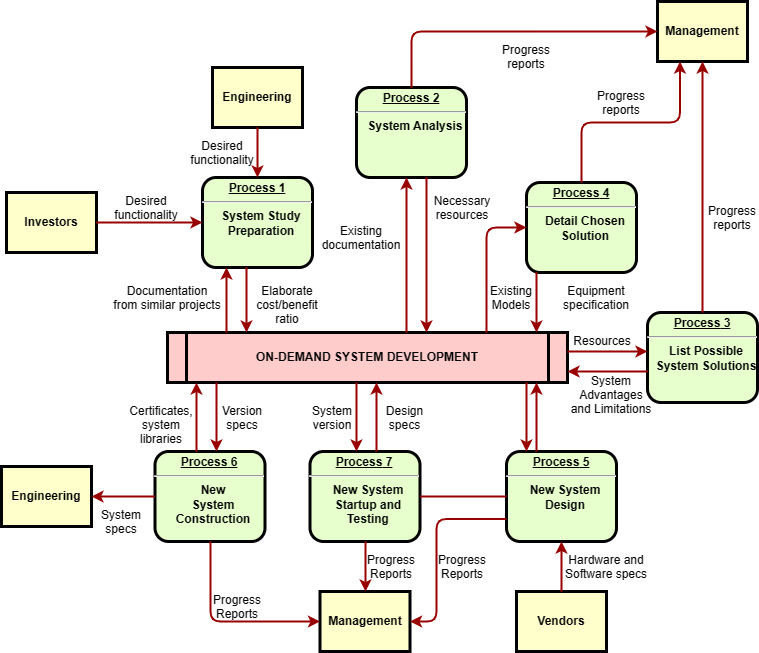
KAZAMA-DREAM/picture keeps this draw.io diagram as 机器人总体流程.drawio.png. Above is the earlier version. Source tidied: cells renumbered, new cells last; positions are measured from the earlier drawing's top-left corner, leaving out a move shared by most shapes.
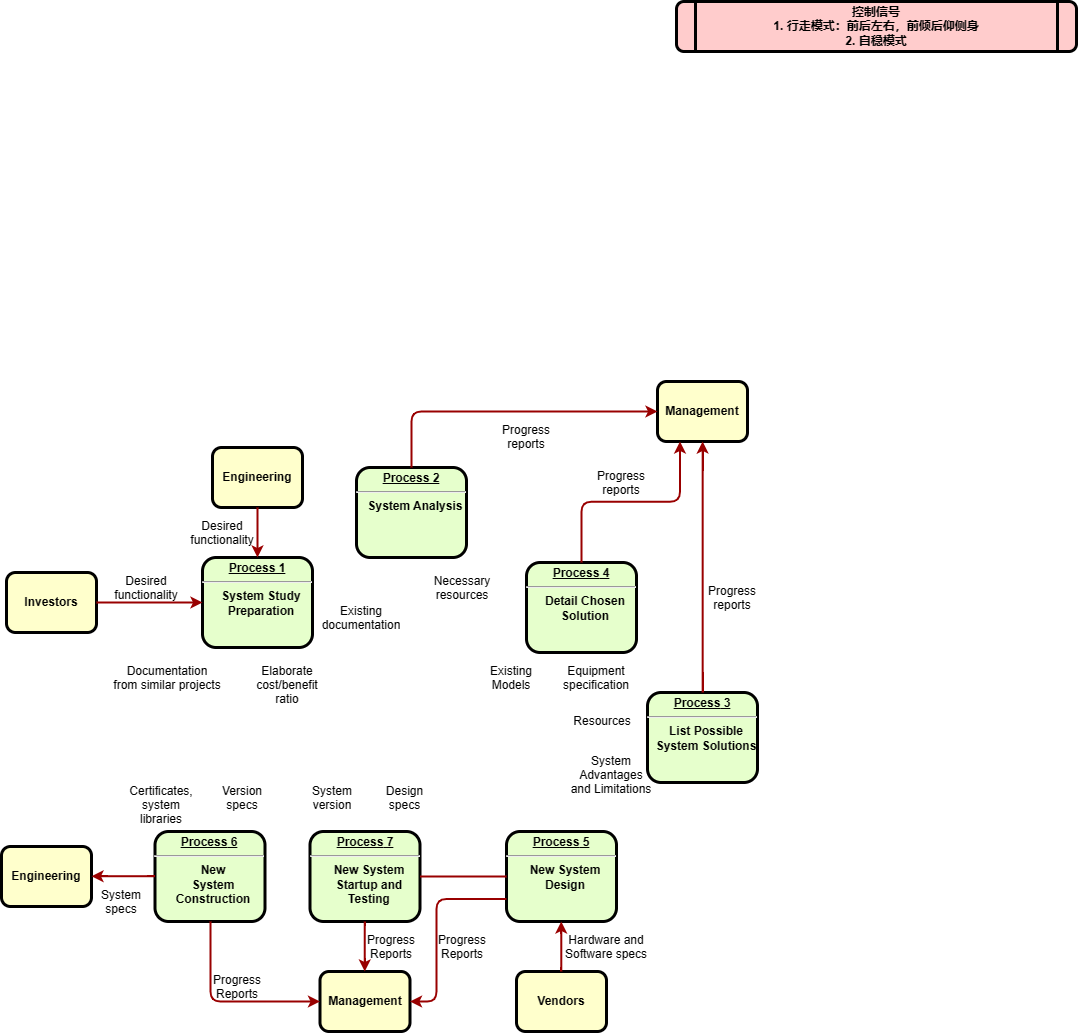
After the commit.

Commit message:
更新机器人总体流程.drawio.png

What changed in the source:
```diff
@@ -5,14 +5,14 @@
     <mxCell id="2" value="&lt;p style=&quot;margin: 0px; margin-top: 4px; text-align: center; text-decoration: underline;&quot;&gt;&lt;strong&gt;Process 1&lt;br /&gt;&lt;/strong&gt;&lt;/p&gt;&lt;hr /&gt;&lt;p style=&quot;margin: 0px; margin-left: 8px;&quot;&gt;System Study&lt;/p&gt;&lt;p style=&quot;margin: 0px; margin-left: 8px;&quot;&gt;Preparation&lt;/p&gt;" style="verticalAlign=middle;align=center;overflow=fill;fontSize=12;fontFamily=Helvetica;html=1;rounded=1;fontStyle=1;strokeWidth=3;fillColor=#E6FFCC;" parent="1" vertex="1">
       <mxGeometry x="201" y="176" width="110" height="90" as="geometry" />
     </mxCell>
-    <mxCell id="3" value="Engineering" style="whiteSpace=wrap;align=center;verticalAlign=middle;fontStyle=1;strokeWidth=3;fillColor=#FFFFCC;" parent="1" vertex="1">
+    <mxCell id="3" value="Engineering" style="whiteSpace=wrap;align=center;verticalAlign=middle;fontStyle=1;strokeWidth=3;fillColor=#FFFFCC;rounded=1;" parent="1" vertex="1">
       <mxGeometry x="211" y="66" width="90" height="60" as="geometry" />
     </mxCell>
-    <mxCell id="4" value="Investors" style="whiteSpace=wrap;align=center;verticalAlign=middle;fontStyle=1;strokeWidth=3;fillColor=#FFFFCC;" parent="1" vertex="1">
+    <mxCell id="4" value="Investors" style="whiteSpace=wrap;align=center;verticalAlign=middle;fontStyle=1;strokeWidth=3;fillColor=#FFFFCC;rounded=1;" parent="1" vertex="1">
       <mxGeometry x="5" y="191" width="90" height="60" as="geometry" />
     </mxCell>
-    <mxCell id="5" value="ON-DEMAND SYSTEM DEVELOPMENT" style="shape=process;whiteSpace=wrap;align=center;verticalAlign=middle;size=0.0475;fontStyle=1;strokeWidth=3;fillColor=#FFCCCC;" parent="1" vertex="1">
-      <mxGeometry x="166" y="331" width="400" height="50" as="geometry" />
+    <mxCell id="5" value="控制信号&#10;1. 行走模式：前后左右，前倾后仰侧身&#10;2. 自稳模式" style="shape=process;whiteSpace=wrap;align=center;verticalAlign=middle;size=0.0475;fontStyle=1;strokeWidth=3;fillColor=#FFCCCC;rounded=1;" parent="1" vertex="1">
+      <mxGeometry x="675" y="-380" width="400" height="50" as="geometry" />
     </mxCell>
     <mxCell id="6" value="&lt;p style=&quot;margin: 0px; margin-top: 4px; text-align: center; text-decoration: underline;&quot;&gt;&lt;strong&gt;Process 2&lt;br /&gt;&lt;/strong&gt;&lt;/p&gt;&lt;hr /&gt;&lt;p style=&quot;margin: 0px; margin-left: 8px;&quot;&gt;System Analysis&lt;/p&gt;" style="verticalAlign=middle;align=center;overflow=fill;fontSize=12;fontFamily=Helvetica;html=1;rounded=1;fontStyle=1;strokeWidth=3;fillColor=#E6FFCC;" parent="1" vertex="1">
       <mxGeometry x="355" y="86" width="110" height="90" as="geometry" />
@@ -29,228 +29,130 @@
     <mxCell id="10" value="&lt;p style=&quot;margin: 0px; margin-top: 4px; text-align: center; text-decoration: underline;&quot;&gt;&lt;strong&gt;&lt;strong&gt;Process&lt;/strong&gt; 6&lt;br /&gt;&lt;/strong&gt;&lt;/p&gt;&lt;hr /&gt;&lt;p style=&quot;margin: 0px; margin-left: 8px;&quot;&gt;New&lt;/p&gt;&lt;p style=&quot;margin: 0px; margin-left: 8px;&quot;&gt;System&lt;/p&gt;&lt;p style=&quot;margin: 0px; margin-left: 8px;&quot;&gt;Construction&lt;/p&gt;" style="verticalAlign=middle;align=center;overflow=fill;fontSize=12;fontFamily=Helvetica;html=1;rounded=1;fontStyle=1;strokeWidth=3;fillColor=#E6FFCC;" parent="1" vertex="1">
       <mxGeometry x="153.5" y="450" width="110" height="90" as="geometry" />
     </mxCell>
-    <mxCell id="11" value="Management" style="whiteSpace=wrap;align=center;verticalAlign=middle;fontStyle=1;strokeWidth=3;fillColor=#FFFFCC;" parent="1" vertex="1">
+    <mxCell id="11" value="Management" style="whiteSpace=wrap;align=center;verticalAlign=middle;fontStyle=1;strokeWidth=3;fillColor=#FFFFCC;rounded=1;" parent="1" vertex="1">
       <mxGeometry x="656" width="90" height="60" as="geometry" />
     </mxCell>
-    <mxCell id="12" value="Management" style="whiteSpace=wrap;align=center;verticalAlign=middle;fontStyle=1;strokeWidth=3;fillColor=#FFFFCC;" parent="1" vertex="1">
+    <mxCell id="12" value="Management" style="whiteSpace=wrap;align=center;verticalAlign=middle;fontStyle=1;strokeWidth=3;fillColor=#FFFFCC;rounded=1;" parent="1" vertex="1">
       <mxGeometry x="318.5" y="590" width="90" height="60" as="geometry" />
     </mxCell>
-    <mxCell id="13" value="Engineering" style="whiteSpace=wrap;align=center;verticalAlign=middle;fontStyle=1;strokeWidth=3;fillColor=#FFFFCC;" parent="1" vertex="1">
+    <mxCell id="13" value="Engineering" style="whiteSpace=wrap;align=center;verticalAlign=middle;fontStyle=1;strokeWidth=3;fillColor=#FFFFCC;rounded=1;" parent="1" vertex="1">
       <mxGeometry y="465" width="90" height="60" as="geometry" />
     </mxCell>
-    <mxCell id="14" value="Vendors" style="whiteSpace=wrap;align=center;verticalAlign=middle;fontStyle=1;strokeWidth=3;fillColor=#FFFFCC;" parent="1" vertex="1">
+    <mxCell id="14" value="Vendors" style="whiteSpace=wrap;align=center;verticalAlign=middle;fontStyle=1;strokeWidth=3;fillColor=#FFFFCC;rounded=1;" parent="1" vertex="1">
       <mxGeometry x="515" y="590" width="90" height="60" as="geometry" />
     </mxCell>
-    <mxCell id="15" style="edgeStyle=none;noEdgeStyle=1;strokeColor=#990000;strokeWidth=2;" parent="1" edge="1" source="3" target="2">
+    <mxCell id="15" style="edgeStyle=none;noEdgeStyle=1;strokeColor=#990000;strokeWidth=2;rounded=1;" parent="1" edge="1" source="3" target="2">
       <mxGeometry relative="1" as="geometry" />
     </mxCell>
-    <mxCell id="16" style="edgeStyle=none;noEdgeStyle=1;strokeColor=#990000;strokeWidth=2;" parent="1" edge="1" source="4" target="2">
+    <mxCell id="16" style="edgeStyle=none;noEdgeStyle=1;strokeColor=#990000;strokeWidth=2;rounded=1;" parent="1" edge="1" source="4" target="2">
       <mxGeometry relative="1" as="geometry" />
     </mxCell>
     <mxCell id="17" value="&lt;p style=&quot;margin: 0px; margin-top: 4px; text-align: center; text-decoration: underline;&quot;&gt;&lt;strong&gt;&lt;strong&gt;Process&lt;/strong&gt; 7&lt;br /&gt;&lt;/strong&gt;&lt;/p&gt;&lt;hr /&gt;&lt;p style=&quot;margin: 0px; margin-left: 8px;&quot;&gt;New System&lt;/p&gt;&lt;p style=&quot;margin: 0px; margin-left: 8px;&quot;&gt;Startup and&lt;/p&gt;&lt;p style=&quot;margin: 0px; margin-left: 8px;&quot;&gt;Testing&lt;/p&gt;" style="verticalAlign=middle;align=center;overflow=fill;fontSize=12;fontFamily=Helvetica;html=1;rounded=1;fontStyle=1;strokeWidth=3;fillColor=#E6FFCC;" parent="1" vertex="1">
       <mxGeometry x="308.5" y="450" width="110" height="90" as="geometry" />
     </mxCell>
-    <mxCell id="18" style="endArrow=none;noEdgeStyle=1;strokeColor=#990000;strokeWidth=2;" parent="1" edge="1" source="9" target="17">
+    <mxCell id="18" style="endArrow=none;noEdgeStyle=1;strokeColor=#990000;strokeWidth=2;rounded=1;" parent="1" edge="1" source="9" target="17">
       <mxGeometry relative="1" as="geometry" />
     </mxCell>
-    <mxCell id="19" value="Desired &#10;functionality" style="text;spacingTop=-5;align=center;" parent="1" vertex="1">
+    <mxCell id="19" value="Desired &#10;functionality" style="text;spacingTop=-5;align=center;rounded=1;" parent="1" vertex="1">
       <mxGeometry x="130" y="191" width="30" height="20" as="geometry" />
     </mxCell>
-    <mxCell id="20" value="Desired &#10;functionality" style="text;spacingTop=-5;align=center;" parent="1" vertex="1">
+    <mxCell id="20" value="Desired &#10;functionality" style="text;spacingTop=-5;align=center;rounded=1;" parent="1" vertex="1">
       <mxGeometry x="206" y="136" width="30" height="20" as="geometry" />
     </mxCell>
-    <mxCell id="21" value="Documentation&#10;from similar projects" style="text;spacingTop=-5;align=center;" parent="1" vertex="1">
+    <mxCell id="21" value="Documentation&#10;from similar projects" style="text;spacingTop=-5;align=center;rounded=1;" parent="1" vertex="1">
       <mxGeometry x="151" y="281" width="30" height="20" as="geometry" />
     </mxCell>
-    <mxCell id="22" style="edgeStyle=elbowEdgeStyle;elbow=horizontal;strokeColor=#990000;strokeWidth=2;" parent="1" edge="1" source="5" target="2">
-      <mxGeometry relative="1" as="geometry">
-        <Array as="points">
-          <mxPoint x="225" y="310" />
-        </Array>
-      </mxGeometry>
-    </mxCell>
-    <mxCell id="23" style="edgeStyle=elbowEdgeStyle;elbow=horizontal;strokeColor=#990000;strokeWidth=2;" parent="1" edge="1" source="2" target="5">
-      <mxGeometry relative="1" as="geometry">
-        <Array as="points">
-          <mxPoint x="245" y="300" />
-        </Array>
-      </mxGeometry>
-    </mxCell>
-    <mxCell id="24" value="Elaborate&#10;cost/benefit&#10;ratio" style="text;spacingTop=-5;align=center;" parent="1" vertex="1">
+    <mxCell id="24" value="Elaborate&#10;cost/benefit&#10;ratio" style="text;spacingTop=-5;align=center;rounded=1;" parent="1" vertex="1">
       <mxGeometry x="271" y="281" width="30" height="20" as="geometry" />
     </mxCell>
-    <mxCell id="25" style="edgeStyle=elbowEdgeStyle;elbow=horizontal;strokeColor=#990000;strokeWidth=2;" parent="1" edge="1" source="5" target="6">
-      <mxGeometry relative="1" as="geometry">
-        <Array as="points">
-          <mxPoint x="405" y="250" />
-        </Array>
-      </mxGeometry>
-    </mxCell>
-    <mxCell id="26" style="edgeStyle=elbowEdgeStyle;elbow=horizontal;strokeColor=#990000;strokeWidth=2;" parent="1" edge="1" source="6" target="5">
-      <mxGeometry relative="1" as="geometry">
-        <Array as="points">
-          <mxPoint x="425" y="260" />
-        </Array>
-      </mxGeometry>
-    </mxCell>
-    <mxCell id="27" value="Existing&#10;documentation" style="text;spacingTop=-5;align=center;" parent="1" vertex="1">
+    <mxCell id="27" value="Existing&#10;documentation" style="text;spacingTop=-5;align=center;rounded=1;" parent="1" vertex="1">
       <mxGeometry x="345" y="221" width="30" height="20" as="geometry" />
     </mxCell>
-    <mxCell id="28" value="Necessary&#10;resources" style="text;spacingTop=-5;align=center;" parent="1" vertex="1">
+    <mxCell id="28" value="Necessary&#10;resources" style="text;spacingTop=-5;align=center;rounded=1;" parent="1" vertex="1">
       <mxGeometry x="446" y="191" width="30" height="20" as="geometry" />
     </mxCell>
-    <mxCell id="29" value="Progress&#10;reports" style="text;spacingTop=-5;align=center;" parent="1" vertex="1">
+    <mxCell id="29" value="Progress&#10;reports" style="text;spacingTop=-5;align=center;rounded=1;" parent="1" vertex="1">
       <mxGeometry x="510" y="40" width="30" height="20" as="geometry" />
     </mxCell>
-    <mxCell id="30" value="Progress&#10;reports" style="text;spacingTop=-5;align=center;" parent="1" vertex="1">
+    <mxCell id="30" value="Progress&#10;reports" style="text;spacingTop=-5;align=center;rounded=1;" parent="1" vertex="1">
       <mxGeometry x="605" y="86" width="30" height="20" as="geometry" />
     </mxCell>
-    <mxCell id="31" value="Progress&#10;reports" style="text;spacingTop=-5;align=center;" parent="1" vertex="1">
+    <mxCell id="31" value="Progress&#10;reports" style="text;spacingTop=-5;align=center;rounded=1;" parent="1" vertex="1">
       <mxGeometry x="716" y="201" width="30" height="20" as="geometry" />
     </mxCell>
-    <mxCell id="32" style="edgeStyle=elbowEdgeStyle;elbow=horizontal;strokeColor=#990000;strokeWidth=2;" parent="1" edge="1" source="6" target="11">
+    <mxCell id="32" style="edgeStyle=elbowEdgeStyle;elbow=horizontal;strokeColor=#990000;strokeWidth=2;rounded=1;" parent="1" edge="1" source="6" target="11">
       <mxGeometry relative="1" as="geometry">
         <Array as="points">
           <mxPoint x="410" y="80" />
         </Array>
       </mxGeometry>
     </mxCell>
-    <mxCell id="33" style="edgeStyle=elbowEdgeStyle;elbow=vertical;entryX=0.25;entryY=1;strokeColor=#990000;strokeWidth=2;" parent="1" edge="1" source="8" target="11">
+    <mxCell id="33" style="edgeStyle=elbowEdgeStyle;elbow=vertical;entryX=0.25;entryY=1;strokeColor=#990000;strokeWidth=2;rounded=1;" parent="1" edge="1" source="8" target="11">
       <mxGeometry relative="1" as="geometry" />
     </mxCell>
-    <mxCell id="34" style="edgeStyle=elbowEdgeStyle;elbow=horizontal;strokeColor=#990000;strokeWidth=2;" parent="1" edge="1" source="7" target="11">
+    <mxCell id="34" style="edgeStyle=elbowEdgeStyle;elbow=horizontal;strokeColor=#990000;strokeWidth=2;rounded=1;" parent="1" edge="1" source="7" target="11">
       <mxGeometry relative="1" as="geometry" />
     </mxCell>
-    <mxCell id="35" style="edgeStyle=elbowEdgeStyle;elbow=horizontal;strokeColor=#990000;strokeWidth=2;" parent="1" edge="1" source="8" target="5">
-      <mxGeometry relative="1" as="geometry">
-        <Array as="points">
-          <mxPoint x="535" y="300" />
-        </Array>
-      </mxGeometry>
-    </mxCell>
-    <mxCell id="36" style="edgeStyle=segmentEdgeStyle;strokeColor=#990000;strokeWidth=2;" parent="1" edge="1" source="5" target="8">
-      <mxGeometry relative="1" as="geometry">
-        <Array as="points">
-          <mxPoint x="485" y="226" />
-        </Array>
-      </mxGeometry>
-    </mxCell>
-    <mxCell id="37" value="Existing&#10;Models" style="text;spacingTop=-5;align=center;" parent="1" vertex="1">
+    <mxCell id="37" value="Existing&#10;Models" style="text;spacingTop=-5;align=center;rounded=1;" parent="1" vertex="1">
       <mxGeometry x="495" y="281" width="30" height="20" as="geometry" />
     </mxCell>
-    <mxCell id="38" value="Equipment&#10;specification" style="text;spacingTop=-5;align=center;" parent="1" vertex="1">
+    <mxCell id="38" value="Equipment&#10;specification" style="text;spacingTop=-5;align=center;rounded=1;" parent="1" vertex="1">
       <mxGeometry x="580" y="281" width="30" height="20" as="geometry" />
     </mxCell>
-    <mxCell id="39" style="edgeStyle=elbowEdgeStyle;elbow=vertical;strokeColor=#990000;strokeWidth=2;" parent="1" edge="1" source="5" target="7">
-      <mxGeometry relative="1" as="geometry">
-        <Array as="points">
-          <mxPoint x="615" y="350" />
-        </Array>
-      </mxGeometry>
-    </mxCell>
-    <mxCell id="40" style="edgeStyle=elbowEdgeStyle;elbow=vertical;strokeColor=#990000;strokeWidth=2;" parent="1" edge="1" source="7" target="5">
-      <mxGeometry relative="1" as="geometry">
-        <Array as="points">
-          <mxPoint x="615" y="370" />
-        </Array>
-      </mxGeometry>
-    </mxCell>
-    <mxCell id="41" value="Resources" style="text;spacingTop=-5;align=center;" parent="1" vertex="1">
+    <mxCell id="41" value="Resources" style="text;spacingTop=-5;align=center;rounded=1;" parent="1" vertex="1">
       <mxGeometry x="586" y="331" width="30" height="20" as="geometry" />
     </mxCell>
-    <mxCell id="42" value="System &#10;Advantages &#10;and Limitations" style="text;spacingTop=-5;align=center;" parent="1" vertex="1">
+    <mxCell id="42" value="System &#10;Advantages &#10;and Limitations" style="text;spacingTop=-5;align=center;rounded=1;" parent="1" vertex="1">
       <mxGeometry x="595" y="371" width="30" height="20" as="geometry" />
     </mxCell>
-    <mxCell id="43" style="edgeStyle=elbowEdgeStyle;elbow=horizontal;strokeColor=#990000;strokeWidth=2;" parent="1" edge="1" source="9" target="5">
-      <mxGeometry relative="1" as="geometry">
-        <Array as="points">
-          <mxPoint x="535" y="410" />
-        </Array>
-      </mxGeometry>
-    </mxCell>
-    <mxCell id="44" style="edgeStyle=elbowEdgeStyle;elbow=horizontal;strokeColor=#990000;strokeWidth=2;" parent="1" edge="1" source="5" target="9">
-      <mxGeometry relative="1" as="geometry">
-        <Array as="points">
-          <mxPoint x="525" y="420" />
-        </Array>
-      </mxGeometry>
-    </mxCell>
-    <mxCell id="45" style="edgeStyle=elbowEdgeStyle;elbow=horizontal;strokeColor=#990000;strokeWidth=2;" parent="1" edge="1" source="14" target="9">
+    <mxCell id="45" style="edgeStyle=elbowEdgeStyle;elbow=horizontal;strokeColor=#990000;strokeWidth=2;rounded=1;" parent="1" edge="1" source="14" target="9">
       <mxGeometry relative="1" as="geometry" />
     </mxCell>
-    <mxCell id="46" value="Hardware and&#10;Software specs" style="text;spacingTop=-5;align=center;" parent="1" vertex="1">
+    <mxCell id="46" value="Hardware and&#10;Software specs" style="text;spacingTop=-5;align=center;rounded=1;" parent="1" vertex="1">
       <mxGeometry x="590" y="550" width="30" height="20" as="geometry" />
     </mxCell>
-    <mxCell id="47" style="edgeStyle=elbowEdgeStyle;elbow=horizontal;exitX=0;exitY=0.75;strokeColor=#990000;strokeWidth=2;" parent="1" edge="1" source="9" target="12">
+    <mxCell id="47" style="edgeStyle=elbowEdgeStyle;elbow=horizontal;exitX=0;exitY=0.75;strokeColor=#990000;strokeWidth=2;rounded=1;" parent="1" edge="1" source="9" target="12">
       <mxGeometry relative="1" as="geometry">
         <Array as="points">
           <mxPoint x="435" y="570" />
         </Array>
       </mxGeometry>
     </mxCell>
-    <mxCell id="48" value="Progress&#10;Reports" style="text;spacingTop=-5;align=center;" parent="1" vertex="1">
+    <mxCell id="48" value="Progress&#10;Reports" style="text;spacingTop=-5;align=center;rounded=1;" parent="1" vertex="1">
       <mxGeometry x="446" y="550" width="30" height="20" as="geometry" />
     </mxCell>
-    <mxCell id="49" style="edgeStyle=elbowEdgeStyle;elbow=horizontal;strokeColor=#990000;strokeWidth=2;" parent="1" edge="1" source="17" target="12">
+    <mxCell id="49" style="edgeStyle=elbowEdgeStyle;elbow=horizontal;strokeColor=#990000;strokeWidth=2;rounded=1;" parent="1" edge="1" source="17" target="12">
       <mxGeometry relative="1" as="geometry" />
     </mxCell>
-    <mxCell id="50" value="Progress&#10;Reports" style="text;spacingTop=-5;align=center;" parent="1" vertex="1">
+    <mxCell id="50" value="Progress&#10;Reports" style="text;spacingTop=-5;align=center;rounded=1;" parent="1" vertex="1">
       <mxGeometry x="375" y="550" width="30" height="20" as="geometry" />
     </mxCell>
-    <mxCell id="51" style="edgeStyle=elbowEdgeStyle;elbow=horizontal;strokeColor=#990000;strokeWidth=2;" parent="1" edge="1" source="10" target="12">
+    <mxCell id="51" style="edgeStyle=elbowEdgeStyle;elbow=horizontal;strokeColor=#990000;strokeWidth=2;rounded=1;" parent="1" edge="1" source="10" target="12">
       <mxGeometry relative="1" as="geometry">
         <Array as="points">
           <mxPoint x="209" y="570" />
         </Array>
       </mxGeometry>
     </mxCell>
-    <mxCell id="52" value="Progress&#10;Reports" style="text;spacingTop=-5;align=center;" parent="1" vertex="1">
+    <mxCell id="52" value="Progress&#10;Reports" style="text;spacingTop=-5;align=center;rounded=1;" parent="1" vertex="1">
       <mxGeometry x="221" y="590" width="30" height="20" as="geometry" />
     </mxCell>
-    <mxCell id="53" style="edgeStyle=elbowEdgeStyle;elbow=vertical;strokeColor=#990000;strokeWidth=2;" parent="1" edge="1" source="10" target="13">
+    <mxCell id="53" style="edgeStyle=elbowEdgeStyle;elbow=vertical;strokeColor=#990000;strokeWidth=2;rounded=1;" parent="1" edge="1" source="10" target="13">
       <mxGeometry relative="1" as="geometry" />
     </mxCell>
-    <mxCell id="54" style="edgeStyle=elbowEdgeStyle;elbow=horizontal;strokeColor=#990000;strokeWidth=2;" parent="1" edge="1" source="5" target="17">
-      <mxGeometry relative="1" as="geometry">
-        <Array as="points">
-          <mxPoint x="355" y="410" />
-        </Array>
-      </mxGeometry>
-    </mxCell>
-    <mxCell id="55" style="edgeStyle=elbowEdgeStyle;elbow=horizontal;strokeColor=#990000;strokeWidth=2;" parent="1" edge="1" source="17" target="5">
-      <mxGeometry relative="1" as="geometry">
-        <Array as="points">
-          <mxPoint x="375" y="410" />
-        </Array>
-      </mxGeometry>
-    </mxCell>
-    <mxCell id="56" value="Version&#10;specs" style="text;spacingTop=-5;align=center;" parent="1" vertex="1">
+    <mxCell id="56" value="Version&#10;specs" style="text;spacingTop=-5;align=center;rounded=1;" parent="1" vertex="1">
       <mxGeometry x="226" y="401" width="30" height="20" as="geometry" />
     </mxCell>
-    <mxCell id="57" value="Certificates,&#10;system&#10;libraries" style="text;spacingTop=-5;align=center;" parent="1" vertex="1">
+    <mxCell id="57" value="Certificates,&#10;system&#10;libraries" style="text;spacingTop=-5;align=center;rounded=1;" parent="1" vertex="1">
       <mxGeometry x="145" y="401" width="30" height="20" as="geometry" />
     </mxCell>
-    <mxCell id="58" style="edgeStyle=elbowEdgeStyle;elbow=horizontal;strokeColor=#990000;strokeWidth=2;" parent="1" edge="1" source="5" target="10">
-      <mxGeometry relative="1" as="geometry">
-        <Array as="points">
-          <mxPoint x="215" y="410" />
-        </Array>
-      </mxGeometry>
-    </mxCell>
-    <mxCell id="59" style="edgeStyle=elbowEdgeStyle;elbow=horizontal;strokeColor=#990000;strokeWidth=2;" parent="1" edge="1" source="10" target="5">
-      <mxGeometry relative="1" as="geometry">
-        <Array as="points">
-          <mxPoint x="195" y="410" />
-        </Array>
-      </mxGeometry>
-    </mxCell>
-    <mxCell id="60" value="System&#10;specs" style="text;spacingTop=-5;align=center;" parent="1" vertex="1">
+    <mxCell id="60" value="System&#10;specs" style="text;spacingTop=-5;align=center;rounded=1;" parent="1" vertex="1">
       <mxGeometry x="105" y="505" width="30" height="20" as="geometry" />
     </mxCell>
-    <mxCell id="61" value="Design&#10;specs" style="text;spacingTop=-5;align=center;" parent="1" vertex="1">
+    <mxCell id="61" value="Design&#10;specs" style="text;spacingTop=-5;align=center;rounded=1;" parent="1" vertex="1">
       <mxGeometry x="388.5" y="401" width="30" height="20" as="geometry" />
     </mxCell>
-    <mxCell id="62" value="System&#10;version" style="text;spacingTop=-5;align=center;" parent="1" vertex="1">
+    <mxCell id="62" value="System&#10;version" style="text;spacingTop=-5;align=center;rounded=1;" parent="1" vertex="1">
       <mxGeometry x="316" y="401" width="30" height="20" as="geometry" />
     </mxCell>
   </root>
```
